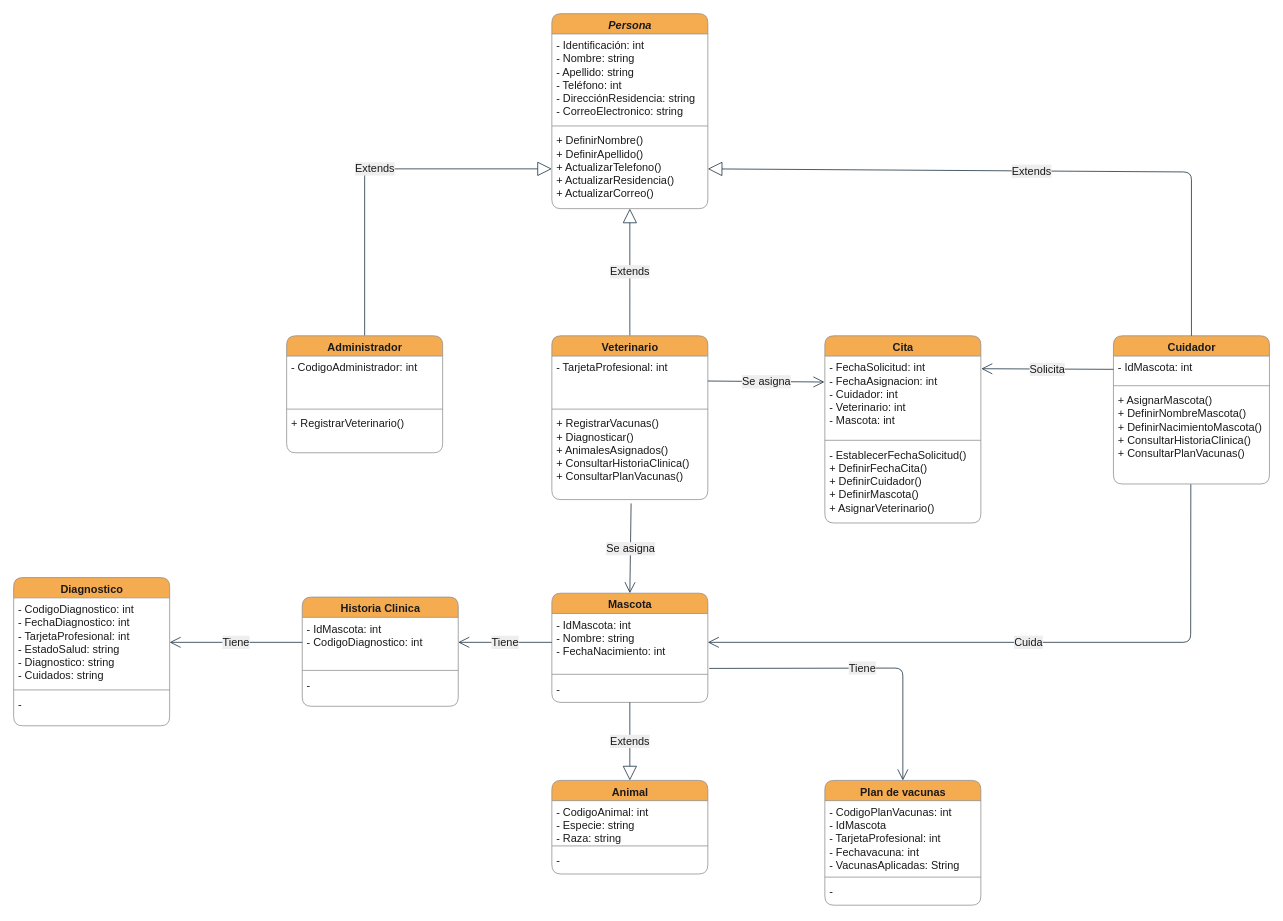
The draw.io diagram page "Diagrama de clases" (1 of 3) of Diagramas.drawio in juandabi/teleVeterinaria, before the edit. Source tidied: cells renumbered, new cells numbered last; positions are measured from the earlier drawing's top-left corner, leaving out a move shared by most shapes. Both pictures are drawn from the tidied source at 78%, with x=0, y=0 at pixel (13, 13).
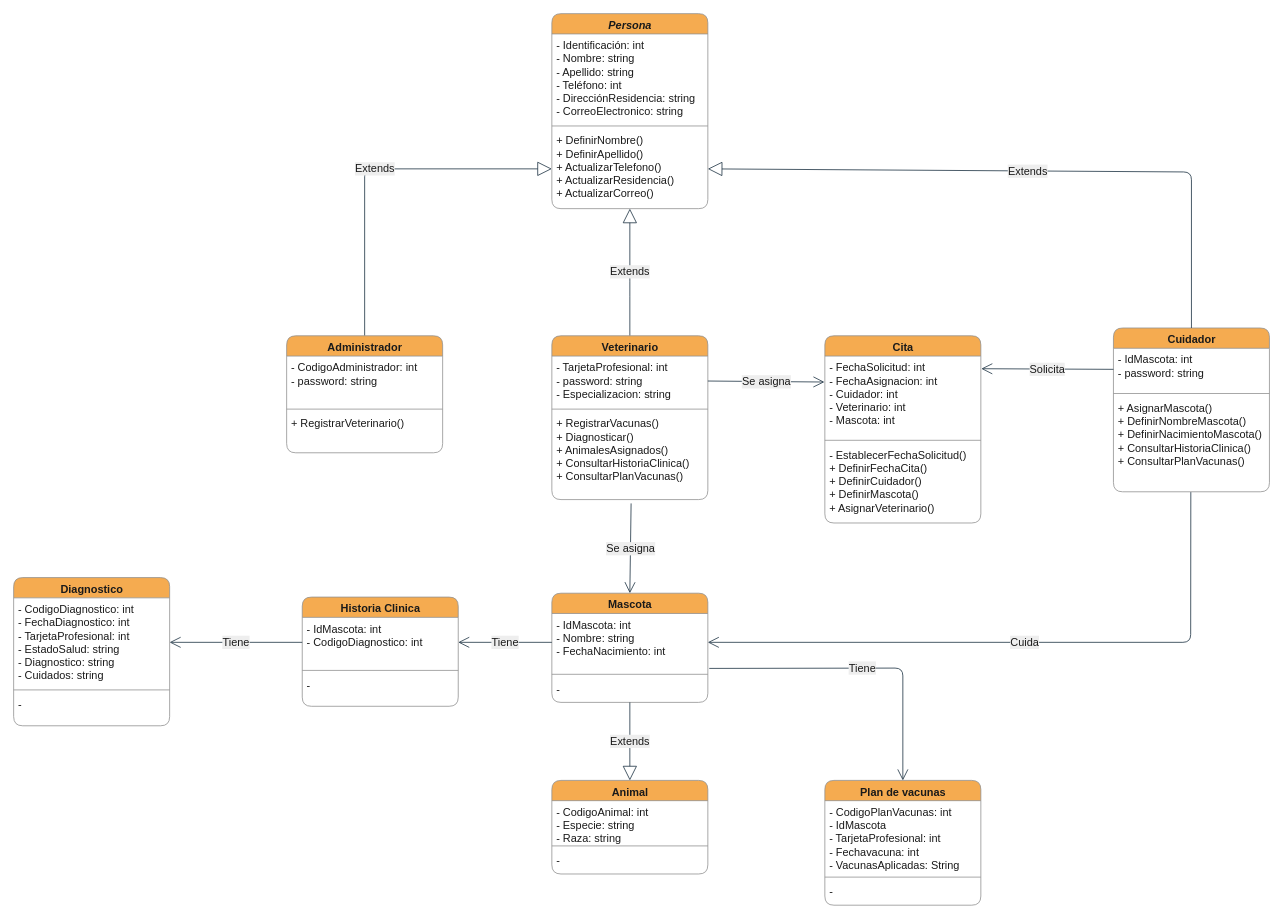
The same diagram, later.

Commit message (it also covers changes not shown here):
Creacion de especializacion en veterinario

The change refers to these unchanged cells:
```xml
<mxCell id="12" value="Administrador" style="swimlane;fontStyle=1;align=center;verticalAlign=top;horizontal=1;startSize=26;fontSize=14;html=1;rounded=1;fillColor=#F5AB50;strokeColor=#909090;fontColor=#1A1A1A;" parent="1" vertex="1">
  <mxGeometry x="350" y="413" width="200" height="150" as="geometry" />
</mxCell>
<mxCell id="16" value="Veterinario" style="swimlane;fontStyle=1;align=center;verticalAlign=top;horizontal=1;startSize=26;fontSize=14;html=1;rounded=1;fillColor=#F5AB50;strokeColor=#909090;fontColor=#1A1A1A;" parent="1" vertex="1">
  <mxGeometry x="690" y="413" width="200" height="210" as="geometry" />
</mxCell>
```

Diff of the diagram source:
```diff
@@
-    <mxCell id="13" value="- CodigoAdministrador: int" style="text;strokeColor=none;fillColor=none;align=left;verticalAlign=top;spacingLeft=4;spacingRight=4;overflow=hidden;fontSize=14;rounded=1;fontColor=#1A1A1A;" parent="12" vertex="1">
+    <mxCell id="13" value="- CodigoAdministrador: int&#10;- password: string" style="text;strokeColor=none;fillColor=none;align=left;verticalAlign=top;spacingLeft=4;spacingRight=4;overflow=hidden;fontSize=14;rounded=1;fontColor=#1A1A1A;" parent="12" vertex="1">
       <mxGeometry y="26" width="200" height="64" as="geometry" />
     </mxCell>
@@
-    <mxCell id="17" value="- TarjetaProfesional: int" style="text;strokeColor=none;fillColor=none;align=left;verticalAlign=top;spacingLeft=4;spacingRight=4;overflow=hidden;points=[[0,0.5],[1,0.5]];portConstraint=eastwest;fontSize=14;rounded=1;fontColor=#1A1A1A;" parent="16" vertex="1">
+    <mxCell id="17" value="- TarjetaProfesional: int&#10;- password: string&#10;- Especializacion: string" style="text;strokeColor=none;fillColor=none;align=left;verticalAlign=top;spacingLeft=4;spacingRight=4;overflow=hidden;points=[[0,0.5],[1,0.5]];portConstraint=eastwest;fontSize=14;rounded=1;fontColor=#1A1A1A;" parent="16" vertex="1">
       <mxGeometry y="26" width="200" height="64" as="geometry" />
     </mxCell>
@@
     <mxCell id="20" value="Cuidador" style="swimlane;fontStyle=1;align=center;verticalAlign=top;horizontal=1;startSize=26;fontSize=14;html=1;rounded=1;fillColor=#F5AB50;strokeColor=#909090;fontColor=#1A1A1A;" parent="1" vertex="1">
-      <mxGeometry x="1410" y="413" width="200" height="190" as="geometry" />
+      <mxGeometry x="1410" y="403" width="200" height="210" as="geometry" />
     </mxCell>
-    <mxCell id="21" value="- IdMascota: int" style="text;strokeColor=none;fillColor=none;align=left;verticalAlign=top;spacingLeft=4;spacingRight=4;overflow=hidden;points=[[0,0.5],[1,0.5]];portConstraint=eastwest;fontSize=14;rounded=1;fontColor=#1A1A1A;" parent="20" vertex="1">
-      <mxGeometry y="26" width="200" height="34" as="geometry" />
+    <mxCell id="21" value="- IdMascota: int&#10;- password: string" style="text;strokeColor=none;fillColor=none;align=left;verticalAlign=top;spacingLeft=4;spacingRight=4;overflow=hidden;points=[[0,0.5],[1,0.5]];portConstraint=eastwest;fontSize=14;rounded=1;fontColor=#1A1A1A;" parent="20" vertex="1">
+      <mxGeometry y="26" width="200" height="54" as="geometry" />
     </mxCell>
     <mxCell id="22" style="line;strokeWidth=1;fillColor=none;align=left;verticalAlign=middle;spacingTop=-1;spacingLeft=3;spacingRight=3;labelPosition=right;rounded=1;strokeColor=#909090;fontColor=#1A1A1A;labelBackgroundColor=#EEEEEE;" parent="20" vertex="1">
-      <mxGeometry y="60" width="200" height="8" as="geometry" />
+      <mxGeometry y="80" width="200" height="8" as="geometry" />
     </mxCell>
     <mxCell id="23" value="+ AsignarMascota()&#10;+ DefinirNombreMascota()&#10;+ DefinirNacimientoMascota()&#10;+ ConsultarHistoriaClinica()&#10;+ ConsultarPlanVacunas()" style="text;strokeColor=none;fillColor=none;align=left;verticalAlign=top;spacingLeft=4;spacingRight=4;overflow=hidden;points=[[0,0.5],[1,0.5]];portConstraint=eastwest;fontSize=14;rounded=1;fontColor=#1A1A1A;" parent="20" vertex="1">
-      <mxGeometry y="68" width="200" height="122" as="geometry" />
+      <mxGeometry y="88" width="200" height="122" as="geometry" />
     </mxCell>
```
